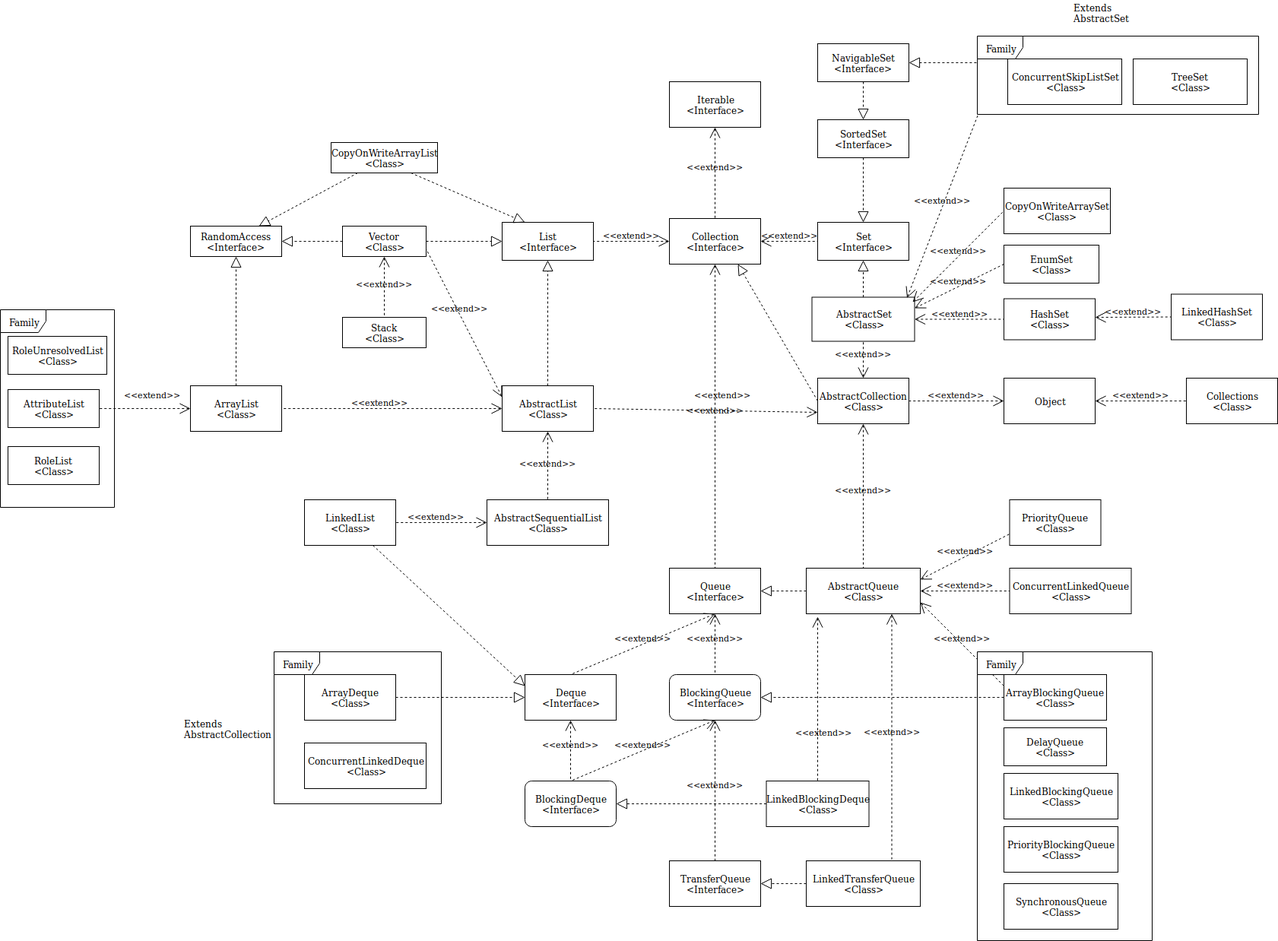
Earlier version of the draw.io export Collection.png (HUAZHEYINy/DataStructureHierachy). Source tidied: cells renumbered, new cells last; positions are measured from the earlier drawing's top-left corner, leaving out a move shared by most shapes.
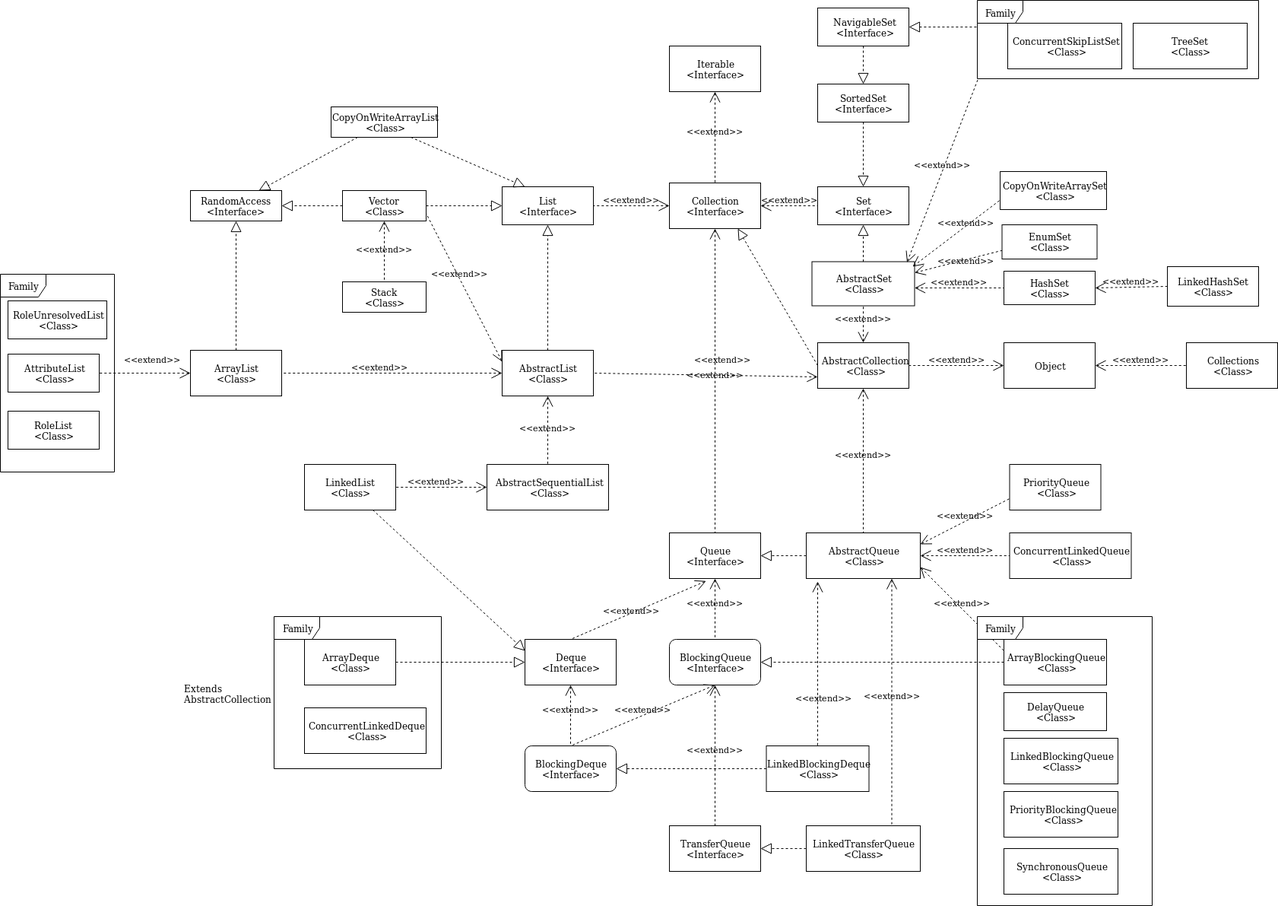
Later version of the same file.

Commit message:
(feature) complete set data structure and modify the Collection png plus minor changes

Change to the diagram source:
```diff
@@ -29,8 +29,8 @@
     <mxCell id="10" value="&amp;lt;&amp;lt;extend&amp;gt;&amp;gt;" style="edgeStyle=none;html=1;startArrow=open;endArrow=none;startSize=12;verticalAlign=bottom;dashed=1;labelBackgroundColor=none;exitX=0.5;exitY=1;exitDx=0;exitDy=0;entryX=0.5;entryY=0;entryDx=0;entryDy=0;" parent="1" edge="1" source="6" target="4">
       <mxGeometry relative="1" as="geometry" />
     </mxCell>
-    <mxCell id="11" value="&amp;lt;&amp;lt;extend&amp;gt;&amp;gt;" style="edgeStyle=none;html=1;startArrow=open;endArrow=none;startSize=12;verticalAlign=bottom;dashed=1;labelBackgroundColor=none;exitX=0.5;exitY=1;exitDx=0;exitDy=0;entryX=0.5;entryY=0;entryDx=0;entryDy=0;" parent="1" edge="1" source="6" target="5">
-      <mxGeometry relative="1" as="geometry" />
+    <mxCell id="11" value="&amp;lt;&amp;lt;extend&amp;gt;&amp;gt;" style="edgeStyle=none;html=1;startArrow=open;endArrow=none;startSize=12;verticalAlign=bottom;dashed=1;labelBackgroundColor=none;exitX=0.402;exitY=1.055;exitDx=0;exitDy=0;entryX=0.5;entryY=0;entryDx=0;entryDy=0;exitPerimeter=0;" parent="1" edge="1" source="6" target="5">
+      <mxGeometry x="0.12" y="4" relative="1" as="geometry" />
     </mxCell>
     <mxCell id="12" value="&amp;lt;&amp;lt;extend&amp;gt;&amp;gt;" style="edgeStyle=none;html=1;startArrow=open;endArrow=none;startSize=12;verticalAlign=bottom;dashed=1;labelBackgroundColor=none;exitX=0.5;exitY=1;exitDx=0;exitDy=0;entryX=0.5;entryY=0;entryDx=0;entryDy=0;" parent="1" edge="1" source="5" target="3">
       <mxGeometry relative="1" as="geometry" />
@@ -187,9 +187,6 @@
     <mxCell id="62" value="TransferQueue&lt;br&gt;&amp;lt;Interface&amp;gt;" style="rounded=0;whiteSpace=wrap;html=1;" parent="1" vertex="1">
       <mxGeometry x="880" y="1132" width="120" height="60" as="geometry" />
     </mxCell>
-    <mxCell id="63" style="edgeStyle=orthogonalEdgeStyle;rounded=0;orthogonalLoop=1;jettySize=auto;html=1;exitX=0.5;exitY=1;exitDx=0;exitDy=0;" parent="1" edge="1" source="16" target="16">
-      <mxGeometry relative="1" as="geometry" />
-    </mxCell>
     <mxCell id="64" value="&amp;lt;&amp;lt;extend&amp;gt;&amp;gt;" style="edgeStyle=none;html=1;startArrow=open;endArrow=none;startSize=12;verticalAlign=bottom;dashed=1;labelBackgroundColor=none;entryX=0.5;entryY=0;entryDx=0;entryDy=0;" parent="1" edge="1" target="62">
       <mxGeometry relative="1" as="geometry">
         <mxPoint x="940" y="947" as="sourcePoint" />
@@ -271,36 +268,33 @@
       <mxGeometry relative="1" as="geometry" />
     </mxCell>
     <mxCell id="90" value="HashSet&lt;br&gt;&amp;lt;Class&amp;gt;" style="rounded=0;whiteSpace=wrap;html=1;" parent="1" vertex="1">
-      <mxGeometry x="1320" y="392.5" width="120" height="54" as="geometry" />
+      <mxGeometry x="1320" y="403" width="120" height="44" as="geometry" />
     </mxCell>
-    <mxCell id="91" value="Extends &lt;br&gt;AbstractSet" style="text;html=1;align=left;verticalAlign=top;spacingTop=-4;" parent="1" vertex="1">
-      <mxGeometry x="1410" width="90" height="30" as="geometry" />
-    </mxCell>
-    <mxCell id="92" value="&amp;lt;&amp;lt;extend&amp;gt;&amp;gt;" style="edgeStyle=none;html=1;startArrow=open;endArrow=none;startSize=12;verticalAlign=bottom;dashed=1;labelBackgroundColor=none;exitX=1;exitY=0.5;exitDx=0;exitDy=0;entryX=0;entryY=0.5;entryDx=0;entryDy=0;" parent="1" edge="1" source="79" target="90">
+    <mxCell id="92" value="&amp;lt;&amp;lt;extend&amp;gt;&amp;gt;" style="edgeStyle=none;html=1;startArrow=open;endArrow=none;startSize=12;verticalAlign=bottom;dashed=1;labelBackgroundColor=none;exitX=1;exitY=0.595;exitDx=0;exitDy=0;entryX=0;entryY=0.5;entryDx=0;entryDy=0;exitPerimeter=0;" parent="1" edge="1" source="79" target="90">
       <mxGeometry relative="1" as="geometry" />
     </mxCell>
     <mxCell id="93" value="&amp;lt;&amp;lt;extend&amp;gt;&amp;gt;" style="edgeStyle=none;html=1;startArrow=open;endArrow=none;startSize=12;verticalAlign=bottom;dashed=1;labelBackgroundColor=none;exitX=0.926;exitY=0.017;exitDx=0;exitDy=0;entryX=0.003;entryY=1;entryDx=0;entryDy=0;entryPerimeter=0;exitPerimeter=0;" parent="1" edge="1" source="79" target="88">
       <mxGeometry relative="1" as="geometry" />
     </mxCell>
     <mxCell id="94" value="LinkedHashSet&lt;br&gt;&amp;lt;Class&amp;gt;" style="rounded=0;whiteSpace=wrap;html=1;" parent="1" vertex="1">
-      <mxGeometry x="1540" y="386.5" width="120" height="60" as="geometry" />
+      <mxGeometry x="1535" y="397" width="120" height="52" as="geometry" />
     </mxCell>
-    <mxCell id="95" value="&amp;lt;&amp;lt;extend&amp;gt;&amp;gt;" style="edgeStyle=none;html=1;startArrow=open;endArrow=none;startSize=12;verticalAlign=bottom;dashed=1;labelBackgroundColor=none;entryX=0;entryY=0.5;entryDx=0;entryDy=0;" parent="1" edge="1" target="94">
+    <mxCell id="95" value="&amp;lt;&amp;lt;extend&amp;gt;&amp;gt;" style="edgeStyle=none;html=1;startArrow=open;endArrow=none;startSize=12;verticalAlign=bottom;dashed=1;labelBackgroundColor=none;exitX=1;exitY=0.5;exitDx=0;exitDy=0;" parent="1" edge="1" source="90">
       <mxGeometry relative="1" as="geometry">
-        <mxPoint x="1440" y="417" as="sourcePoint" />
+        <mxPoint x="1535" y="423" as="targetPoint" />
       </mxGeometry>
     </mxCell>
     <mxCell id="96" value="EnumSet&lt;br&gt;&amp;lt;Class&amp;gt;" style="rounded=0;whiteSpace=wrap;html=1;" parent="1" vertex="1">
-      <mxGeometry x="1320" y="322" width="125" height="50" as="geometry" />
+      <mxGeometry x="1317.5" y="342" width="125" height="45" as="geometry" />
     </mxCell>
-    <mxCell id="97" value="&amp;lt;&amp;lt;extend&amp;gt;&amp;gt;" style="edgeStyle=none;html=1;startArrow=open;endArrow=none;startSize=12;verticalAlign=bottom;dashed=1;labelBackgroundColor=none;exitX=1;exitY=0.25;exitDx=0;exitDy=0;entryX=0;entryY=0.5;entryDx=0;entryDy=0;" parent="1" edge="1" source="79" target="96">
-      <mxGeometry x="-0.03" relative="1" as="geometry" />
+    <mxCell id="97" value="&amp;lt;&amp;lt;extend&amp;gt;&amp;gt;" style="edgeStyle=none;html=1;startArrow=open;endArrow=none;startSize=12;verticalAlign=bottom;dashed=1;labelBackgroundColor=none;exitX=1;exitY=0.25;exitDx=0;exitDy=0;entryX=0;entryY=0.75;entryDx=0;entryDy=0;" parent="1" edge="1" source="79" target="96">
+      <mxGeometry x="0.14" y="-9" relative="1" as="geometry" />
     </mxCell>
     <mxCell id="98" value="CopyOnWriteArraySet&lt;br&gt;&amp;lt;Class&amp;gt;" style="rounded=0;whiteSpace=wrap;html=1;" parent="1" vertex="1">
-      <mxGeometry x="1320" y="247" width="140" height="60" as="geometry" />
+      <mxGeometry x="1315" y="272" width="140" height="50" as="geometry" />
     </mxCell>
-    <mxCell id="99" value="&amp;lt;&amp;lt;extend&amp;gt;&amp;gt;" style="edgeStyle=none;html=1;startArrow=open;endArrow=none;startSize=12;verticalAlign=bottom;dashed=1;labelBackgroundColor=none;exitX=0.981;exitY=0.112;exitDx=0;exitDy=0;entryX=0;entryY=0.5;entryDx=0;entryDy=0;exitPerimeter=0;" parent="1" edge="1" source="79" target="98">
-      <mxGeometry relative="1" as="geometry" />
+    <mxCell id="99" value="&amp;lt;&amp;lt;extend&amp;gt;&amp;gt;" style="edgeStyle=none;html=1;startArrow=open;endArrow=none;startSize=12;verticalAlign=bottom;dashed=1;labelBackgroundColor=none;exitX=0.981;exitY=0.112;exitDx=0;exitDy=0;entryX=0;entryY=0.75;entryDx=0;entryDy=0;exitPerimeter=0;" parent="1" edge="1" source="79" target="98">
+      <mxGeometry x="0.19" y="-3" relative="1" as="geometry" />
     </mxCell>
   </root>
 </mxGraphModel>
```
